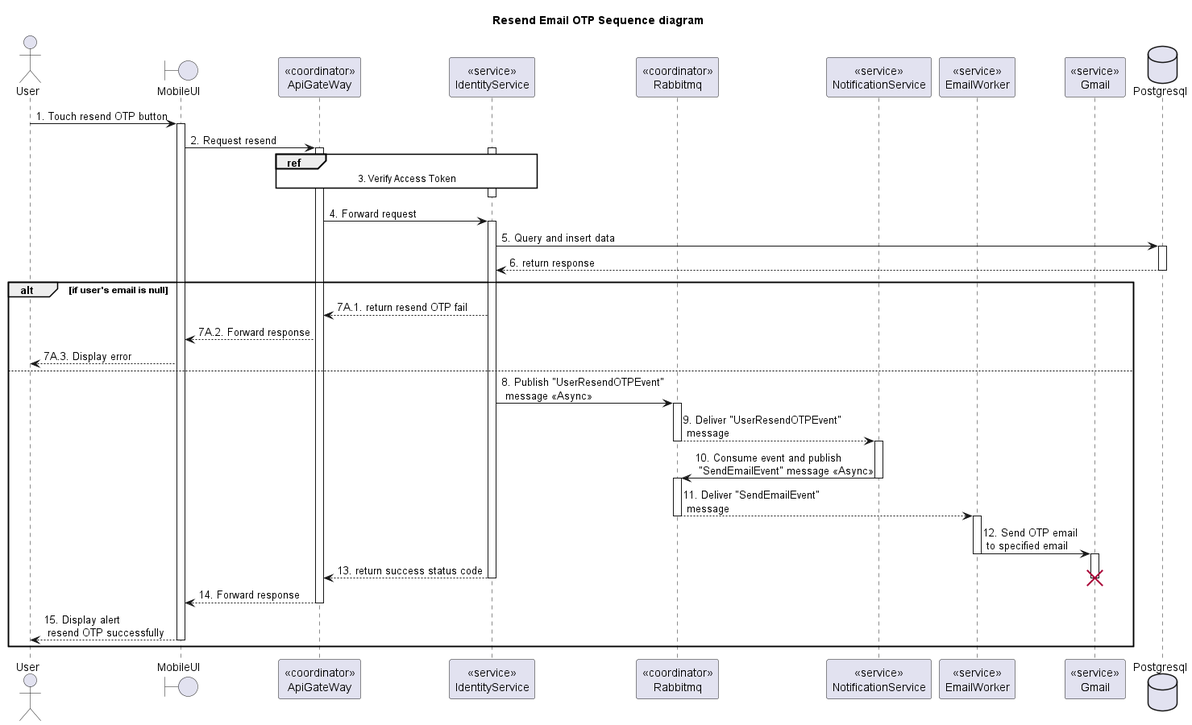
Above: doc/SDS/Identity/ResendOTP/Sequence.png in Carl-Johnsons/tastopia (PlantUML), before the change. The source it was exported from:
```plantuml
@startuml Sequence
title "Resend Email OTP Sequence diagram"

<style>
  sequenceDiagram {
    reference {
      BackGroundColor white
    }
}
</style>

actor User
boundary MobileUI
participant "<<coordinator>>\nApiGateWay" as ApiGateway
participant "<<service>>\nIdentityService" as IdentityService
participant "<<coordinator>>\nRabbitmq"  as Rabbitmq
participant "<<service>>\nNotificationService" as NotificationService
participant "<<service>>\nEmailWorker" as EmailWorker
participant "<<service>>\nGmail" as Gmail

database Postgresql
User -> MobileUI++: 1. Touch resend OTP button
MobileUI -> ApiGateway++: 2. Request resend

activate IdentityService
ref over ApiGateway, IdentityService: 3. Verify Access Token
ApiGateway -[hidden]-> IdentityService
deactivate IdentityService

ApiGateway -> IdentityService++: 4. Forward request
IdentityService -> Postgresql++: 5. Query and insert data
IdentityService <-- Postgresql--: 6. return response

alt if user's email is null
    ApiGateway <-- IdentityService: 7A.1. return resend OTP fail
    MobileUI <-- ApiGateway: 7A.2. Forward response
    User <-- MobileUI: 7A.3. Display error
else
    IdentityService -> Rabbitmq: 8. Publish "UserResendOTPEvent"\n message <<Async>>
    activate Rabbitmq
    Rabbitmq --> NotificationService: 9. Deliver "UserResendOTPEvent"\n message
    deactivate Rabbitmq
    activate NotificationService
    NotificationService -> Rabbitmq: 10. Consume event and publish \n "SendEmailEvent" message <<Async>>
    deactivate NotificationService
    activate Rabbitmq
    Rabbitmq --> EmailWorker: 11. Deliver "SendEmailEvent"\n message
    deactivate Rabbitmq
    activate EmailWorker
    EmailWorker -> Gmail: 12. Send OTP email\n to specified email
    deactivate EmailWorker
    activate Gmail

    ApiGateway <-- IdentityService--: 13. return success status code
    deactivate Gmail
    destroy Gmail
    MobileUI <-- ApiGateway--: 14. Forward response
    User <-- MobileUI--: 15. Display alert\n resend OTP successfully
end

@enduml
```
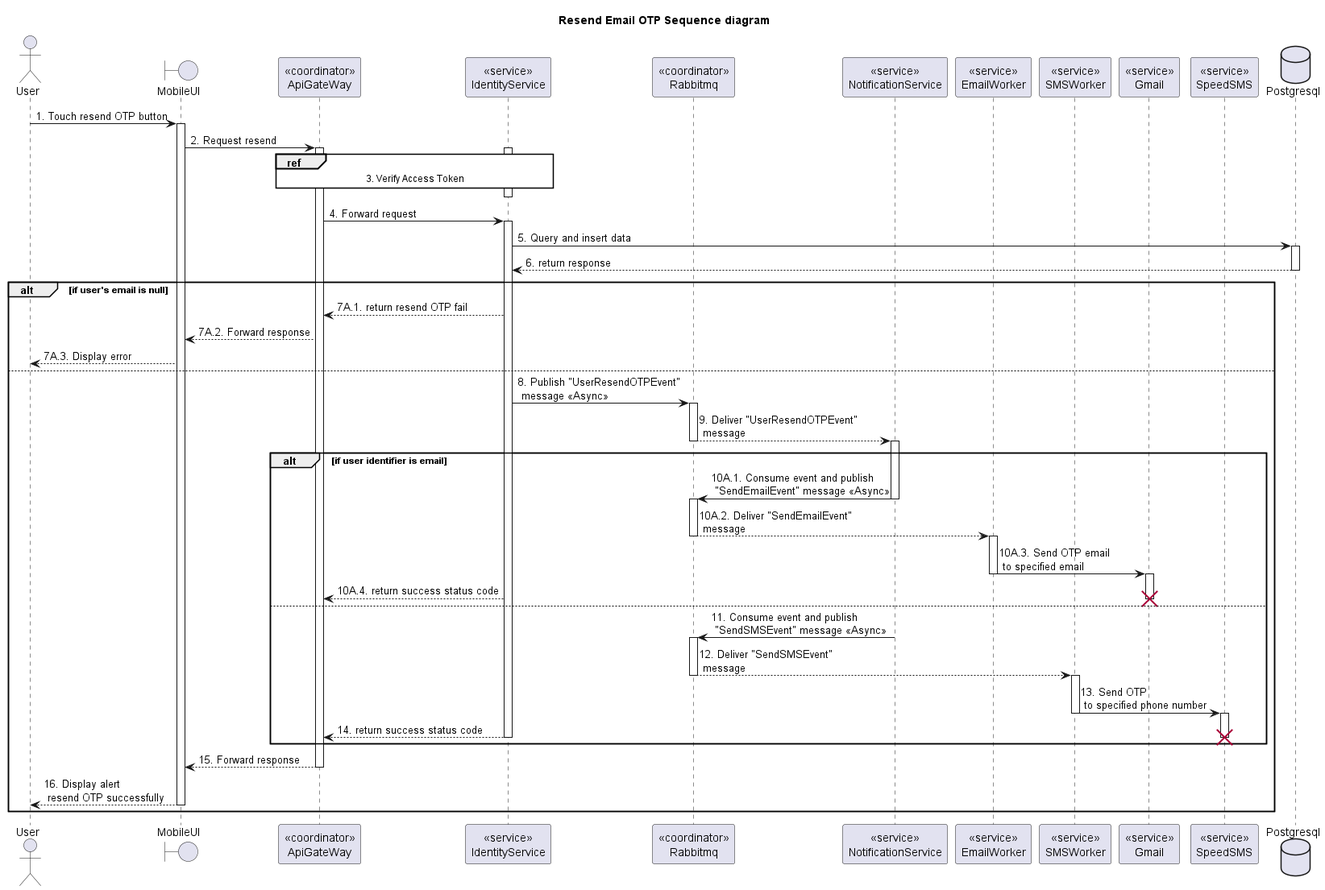
After the commit.

Commit message:
doc: update identity sequence

Change to the diagram source:
```diff
@@ -16,7 +16,9 @@
 participant "<<coordinator>>\nRabbitmq"  as Rabbitmq
 participant "<<service>>\nNotificationService" as NotificationService
 participant "<<service>>\nEmailWorker" as EmailWorker
+participant "<<service>>\nSMSWorker" as SMSWorker
 participant "<<service>>\nGmail" as Gmail
+participant "<<service>>\nSpeedSMS" as SpeedSMS
 
 database Postgresql
 User -> MobileUI++: 1. Touch resend OTP button
@@ -41,21 +43,38 @@
     Rabbitmq --> NotificationService: 9. Deliver "UserResendOTPEvent"\n message
     deactivate Rabbitmq
     activate NotificationService
-    NotificationService -> Rabbitmq: 10. Consume event and publish \n "SendEmailEvent" message <<Async>>
-    deactivate NotificationService
-    activate Rabbitmq
-    Rabbitmq --> EmailWorker: 11. Deliver "SendEmailEvent"\n message
-    deactivate Rabbitmq
-    activate EmailWorker
-    EmailWorker -> Gmail: 12. Send OTP email\n to specified email
-    deactivate EmailWorker
-    activate Gmail
 
-    ApiGateway <-- IdentityService--: 13. return success status code
-    deactivate Gmail
-    destroy Gmail
-    MobileUI <-- ApiGateway--: 14. Forward response
-    User <-- MobileUI--: 15. Display alert\n resend OTP successfully
+    alt if user identifier is email
+      NotificationService -> Rabbitmq: 10A.1. Consume event and publish \n "SendEmailEvent" message <<Async>>
+      deactivate NotificationService
+      activate Rabbitmq
+      Rabbitmq --> EmailWorker: 10A.2. Deliver "SendEmailEvent"\n message
+      deactivate Rabbitmq
+      activate EmailWorker
+      EmailWorker -> Gmail: 10A.3. Send OTP email\n to specified email
+      deactivate EmailWorker
+      activate Gmail
+
+      ApiGateway <-- IdentityService: 10A.4. return success status code
+      deactivate Gmail
+      destroy Gmail
+    else
+      NotificationService -> Rabbitmq: 11. Consume event and publish \n "SendSMSEvent" message <<Async>>
+      deactivate NotificationService
+      activate Rabbitmq
+      Rabbitmq --> SMSWorker: 12. Deliver "SendSMSEvent"\n message
+      deactivate Rabbitmq
+      activate SMSWorker
+      SMSWorker -> SpeedSMS: 13. Send OTP \n to specified phone number
+      deactivate SMSWorker
+      activate SpeedSMS
+
+      ApiGateway <-- IdentityService--: 14. return success status code
+      deactivate SpeedSMS
+      destroy SpeedSMS
+    end
+    MobileUI <-- ApiGateway--: 15. Forward response
+    User <-- MobileUI--: 16. Display alert\n resend OTP successfully
 end
 
 @enduml
```
